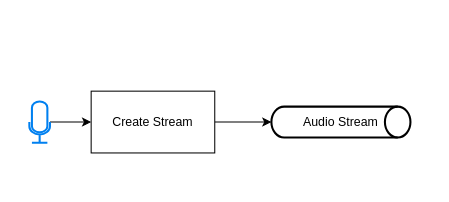
Above: Speech to text.drawio in CorpDK/Drawing (draw.io), before the change. Source tidied: cells renumbered, new cells numbered last; positions are measured from the earlier drawing's top-left corner, leaving out a move shared by most shapes. Both pictures are drawn from the tidied source at 103%, with x=0, y=0 at pixel (29, 91).
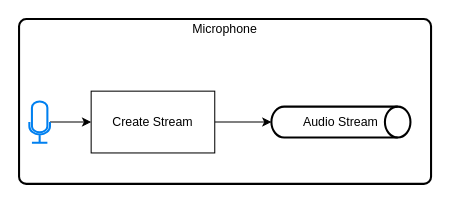
Above is the later version.

Change to the diagram source:
```diff
@@
 <mxGraphModel>
   <root>
     <mxCell id="0" />
     <mxCell id="1" parent="0" />
+    <mxCell id="7" style="rounded=1;whiteSpace=wrap;html=1;absoluteArcSize=1;arcSize=14;strokeWidth=2;" parent="1" vertex="1">
+      <mxGeometry x="-10" y="-70" width="400" height="160" as="geometry" />
+    </mxCell>
     <mxCell id="2" style="edgeStyle=orthogonalEdgeStyle;rounded=0;jettySize=auto;html=1;" parent="1" edge="1" source="3" target="5">
       <mxGeometry relative="1" as="geometry" />
     </mxCell>
     <mxCell id="3" style="html=1;verticalLabelPosition=bottom;align=center;labelBackgroundColor=#ffffff;verticalAlign=top;strokeWidth=2;strokeColor=#0080F0;shadow=0;dashed=0;shape=mxgraph.ios7.icons.microphone;" parent="1" vertex="1">
       <mxGeometry y="10" width="20" height="40" as="geometry" />
     </mxCell>
     <mxCell id="4" style="edgeStyle=orthogonalEdgeStyle;rounded=0;jettySize=auto;html=1;" parent="1" edge="1" source="5" target="6">
       <mxGeometry relative="1" as="geometry" />
     </mxCell>
     <mxCell id="5" value="Create Stream" style="rounded=0;whiteSpace=wrap;html=1;" parent="1" vertex="1">
       <mxGeometry x="60" width="120" height="60" as="geometry" />
     </mxCell>
     <mxCell id="6" value="Audio Stream" style="strokeWidth=2;html=1;shape=mxgraph.flowchart.direct_data;whiteSpace=wrap;" parent="1" vertex="1">
       <mxGeometry x="235" y="15" width="135" height="30" as="geometry" />
     </mxCell>
+    <mxCell id="8" value="Microphone" style="text;html=1;strokeColor=none;fillColor=none;align=center;verticalAlign=middle;whiteSpace=wrap;rounded=0;" parent="1" vertex="1">
+      <mxGeometry x="-10" y="-70" width="400" height="20" as="geometry" />
+    </mxCell>
   </root>
 </mxGraphModel>
```
